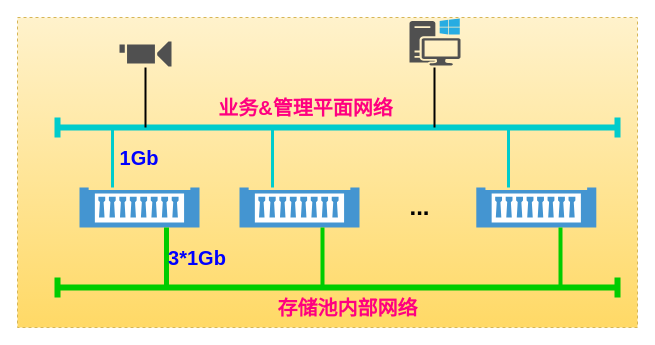
snowolfhawk/ceph-scripts keeps this draw.io diagram as Strage_strategy_5.drawio. Above is the earlier version. Source tidied: cells renumbered, new cells numbered last; positions are measured from the earlier drawing's top-left corner, leaving out a move shared by most shapes. Both pictures are drawn from the tidied source at 100%, with x=0, y=0 at pixel (17, 17).
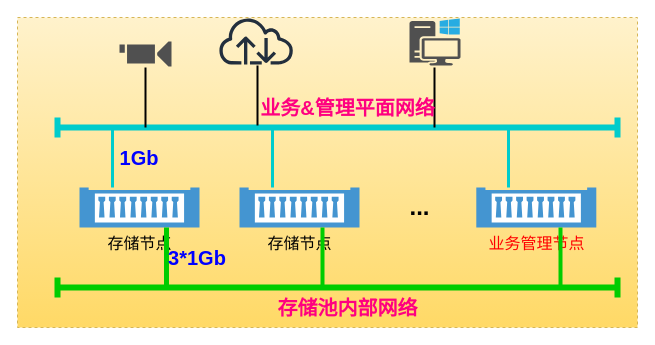
Above is the later version.

What changed in the source:
```diff
@@
-    <mxCell id="3" style="shadow=0;dashed=0;html=1;strokeColor=none;fillColor=#4495D1;labelPosition=center;verticalLabelPosition=bottom;verticalAlign=top;align=center;shape=mxgraph.veeam.2d.physical_storage;" parent="1" vertex="1">
+    <mxCell id="3" value="&lt;font style=&quot;font-size: 16px&quot;&gt;存储节点&lt;/font&gt;" style="shadow=0;dashed=0;html=1;strokeColor=none;fillColor=#4495D1;labelPosition=center;verticalLabelPosition=bottom;verticalAlign=top;align=center;shape=mxgraph.veeam.2d.physical_storage;" parent="1" vertex="1">
       <mxGeometry x="62" y="170" width="120" height="40" as="geometry" />
     </mxCell>
-    <mxCell id="4" style="shadow=0;dashed=0;html=1;strokeColor=none;fillColor=#4495D1;labelPosition=center;verticalLabelPosition=bottom;verticalAlign=top;align=center;shape=mxgraph.veeam.2d.physical_storage;" parent="1" vertex="1">
+    <mxCell id="4" value="&lt;font style=&quot;font-size: 16px&quot;&gt;存储节点&lt;/font&gt;" style="shadow=0;dashed=0;html=1;strokeColor=none;fillColor=#4495D1;labelPosition=center;verticalLabelPosition=bottom;verticalAlign=top;align=center;shape=mxgraph.veeam.2d.physical_storage;" parent="1" vertex="1">
       <mxGeometry x="222" y="170" width="120" height="40" as="geometry" />
     </mxCell>
@@
-    <mxCell id="8" style="shadow=0;dashed=0;html=1;strokeColor=none;fillColor=#4495D1;labelPosition=center;verticalLabelPosition=bottom;verticalAlign=top;align=center;shape=mxgraph.veeam.2d.physical_storage;" parent="1" vertex="1">
+    <mxCell id="8" value="&lt;font style=&quot;font-size: 16px&quot; color=&quot;#ff0000&quot;&gt;业务管理节点&lt;/font&gt;" style="shadow=0;dashed=0;html=1;strokeColor=none;fillColor=#4495D1;labelPosition=center;verticalLabelPosition=bottom;verticalAlign=top;align=center;shape=mxgraph.veeam.2d.physical_storage;" parent="1" vertex="1">
       <mxGeometry x="458.8" y="170" width="120" height="40" as="geometry" />
     </mxCell>
@@
-    <mxCell id="16" value="&lt;font style=&quot;font-size: 20px&quot; color=&quot;#ff0080&quot;&gt;业务&amp;amp;管理平面网络&lt;/font&gt;" style="text;strokeColor=none;fillColor=none;html=1;fontSize=24;fontStyle=1;verticalAlign=middle;align=center;" parent="1" vertex="1">
-      <mxGeometry x="190" y="70" width="195" height="40" as="geometry" />
-    </mxCell>
@@
+    <mxCell id="23" style="sketch=0;fontColor=#232F3E;gradientColor=none;fillColor=#232F3D;strokeColor=none;dashed=0;verticalLabelPosition=bottom;verticalAlign=top;align=center;html=1;fontSize=12;fontStyle=0;shape=mxgraph.aws4.internet;" parent="1" vertex="1">
+      <mxGeometry x="200" y="-0.5" width="77.2" height="47.5" as="geometry" />
+    </mxCell>
+    <mxCell id="24" style="line;strokeWidth=2;direction=south;html=1;perimeter=backbonePerimeter;" parent="1" vertex="1">
+      <mxGeometry x="235" y="48" width="10" height="60" as="geometry" />
+    </mxCell>
+    <mxCell id="16" value="&lt;font style=&quot;font-size: 20px&quot; color=&quot;#ff0080&quot;&gt;业务&amp;amp;管理平面网络&lt;/font&gt;" style="text;strokeColor=none;fillColor=none;html=1;fontSize=24;fontStyle=1;verticalAlign=middle;align=center;" parent="1" vertex="1">
+      <mxGeometry x="232.5" y="70" width="195" height="40" as="geometry" />
+    </mxCell>
```
